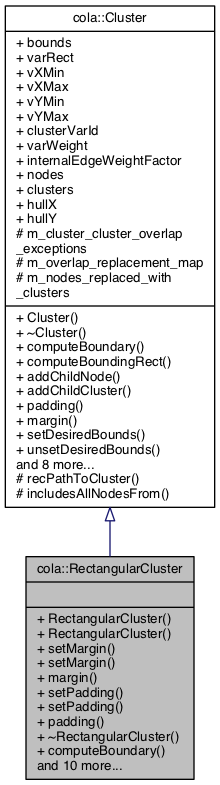
mjwybrow/adaptagrams keeps this Graphviz diagram as documentation/classcola_1_1RectangularCluster__inherit__graph.png. Above is the earlier version. Its source is kept beside it as documentation/classcola_1_1RectangularCluster__inherit__graph.dot.
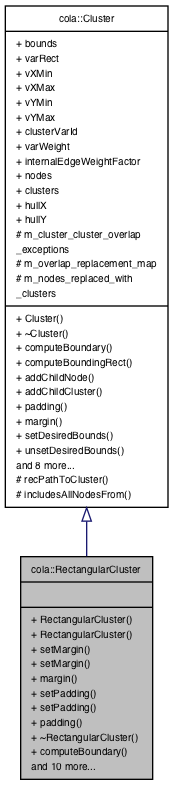
After the change.

What changed in the source:
```diff
@@ -2,7 +2,7 @@
 {
   edge [fontname="Helvetica",fontsize="10",labelfontname="Helvetica",labelfontsize="10"];
   node [fontname="Helvetica",fontsize="10",shape=record];
-  Node1 [label="{cola::RectangularCluster\n||+ RectangularCluster()\l+ RectangularCluster()\l+ setMargin()\l+ setMargin()\l+ margin()\l+ setPadding()\l+ setPadding()\l+ padding()\l+ ~RectangularCluster()\l+ computeBoundary()\land 10 more...\l}",height=0.2,width=0.4,color="black", fillcolor="grey75", style="filled", fontcolor="black"];
-  Node2 -> Node1 [dir="back",color="midnightblue",fontsize="10",style="solid",arrowtail="onormal",fontname="Helvetica"];
-  Node2 [label="{cola::Cluster\n|+ bounds\l+ varRect\l+ vXMin\l+ vXMax\l+ vYMin\l+ vYMax\l+ clusterVarId\l+ varWeight\l+ internalEdgeWeightFactor\l+ nodes\l+ clusters\l+ hullX\l+ hullY\l# m_cluster_cluster_overlap\l_exceptions\l# m_overlap_replacement_map\l# m_nodes_replaced_with\l_clusters\l|+ Cluster()\l+ ~Cluster()\l+ computeBoundary()\l+ computeBoundingRect()\l+ addChildNode()\l+ addChildCluster()\l+ padding()\l+ margin()\l+ setDesiredBounds()\l+ unsetDesiredBounds()\land 8 more...\l# recPathToCluster()\l# includesAllNodesFrom()\l}",height=0.2,width=0.4,color="black", fillcolor="white", style="filled",URL="$classcola_1_1Cluster.html",tooltip="A cluster defines a hierarchical partitioning over the nodes which should be kept disjoint by the lay..."];
+  Node0 [label="{cola::RectangularCluster\n||+ RectangularCluster()\l+ RectangularCluster()\l+ setMargin()\l+ setMargin()\l+ margin()\l+ setPadding()\l+ setPadding()\l+ padding()\l+ ~RectangularCluster()\l+ computeBoundary()\land 10 more...\l}",height=0.2,width=0.4,color="black", fillcolor="grey75", style="filled", fontcolor="black"];
+  Node1 -> Node0 [dir="back",color="midnightblue",fontsize="10",style="solid",arrowtail="onormal",fontname="Helvetica"];
+  Node1 [label="{cola::Cluster\n|+ bounds\l+ varRect\l+ vXMin\l+ vXMax\l+ vYMin\l+ vYMax\l+ clusterVarId\l+ varWeight\l+ internalEdgeWeightFactor\l+ nodes\l+ clusters\l+ hullX\l+ hullY\l# m_cluster_cluster_overlap\l_exceptions\l# m_overlap_replacement_map\l# m_nodes_replaced_with\l_clusters\l|+ Cluster()\l+ ~Cluster()\l+ computeBoundary()\l+ computeBoundingRect()\l+ addChildNode()\l+ addChildCluster()\l+ padding()\l+ margin()\l+ setDesiredBounds()\l+ unsetDesiredBounds()\land 8 more...\l# recPathToCluster()\l# includesAllNodesFrom()\l}",height=0.2,width=0.4,color="black", fillcolor="white", style="filled",URL="$classcola_1_1Cluster.html",tooltip="A cluster defines a hierarchical partitioning over the nodes which should be kept disjoint by the lay..."];
 }
```
